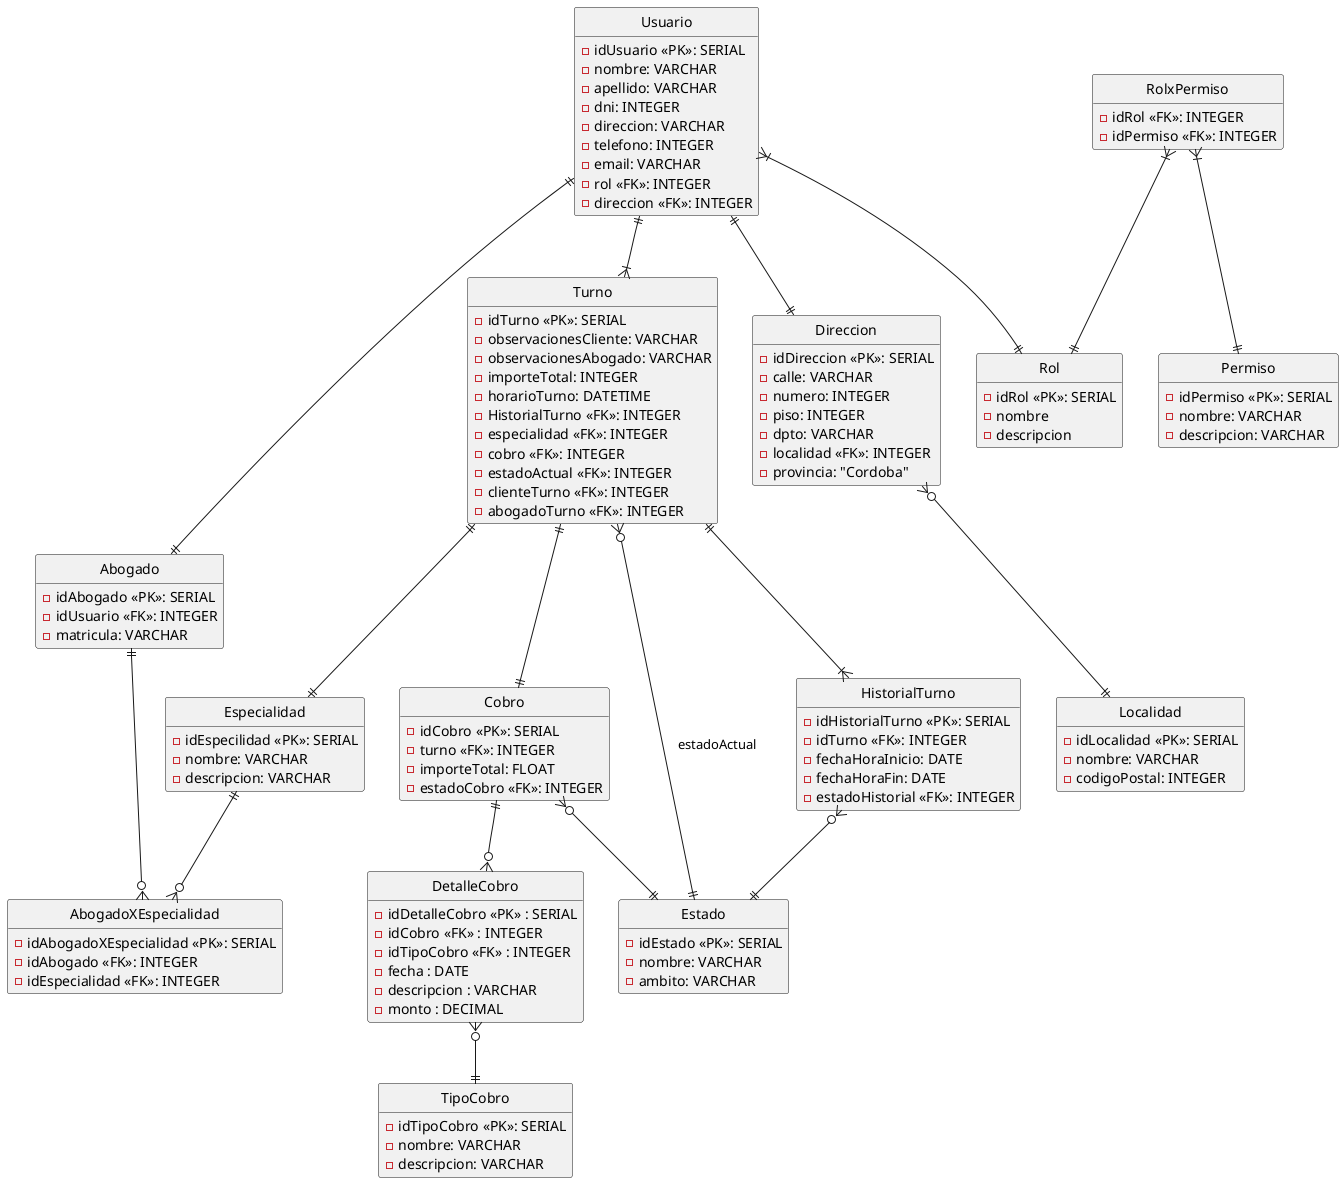
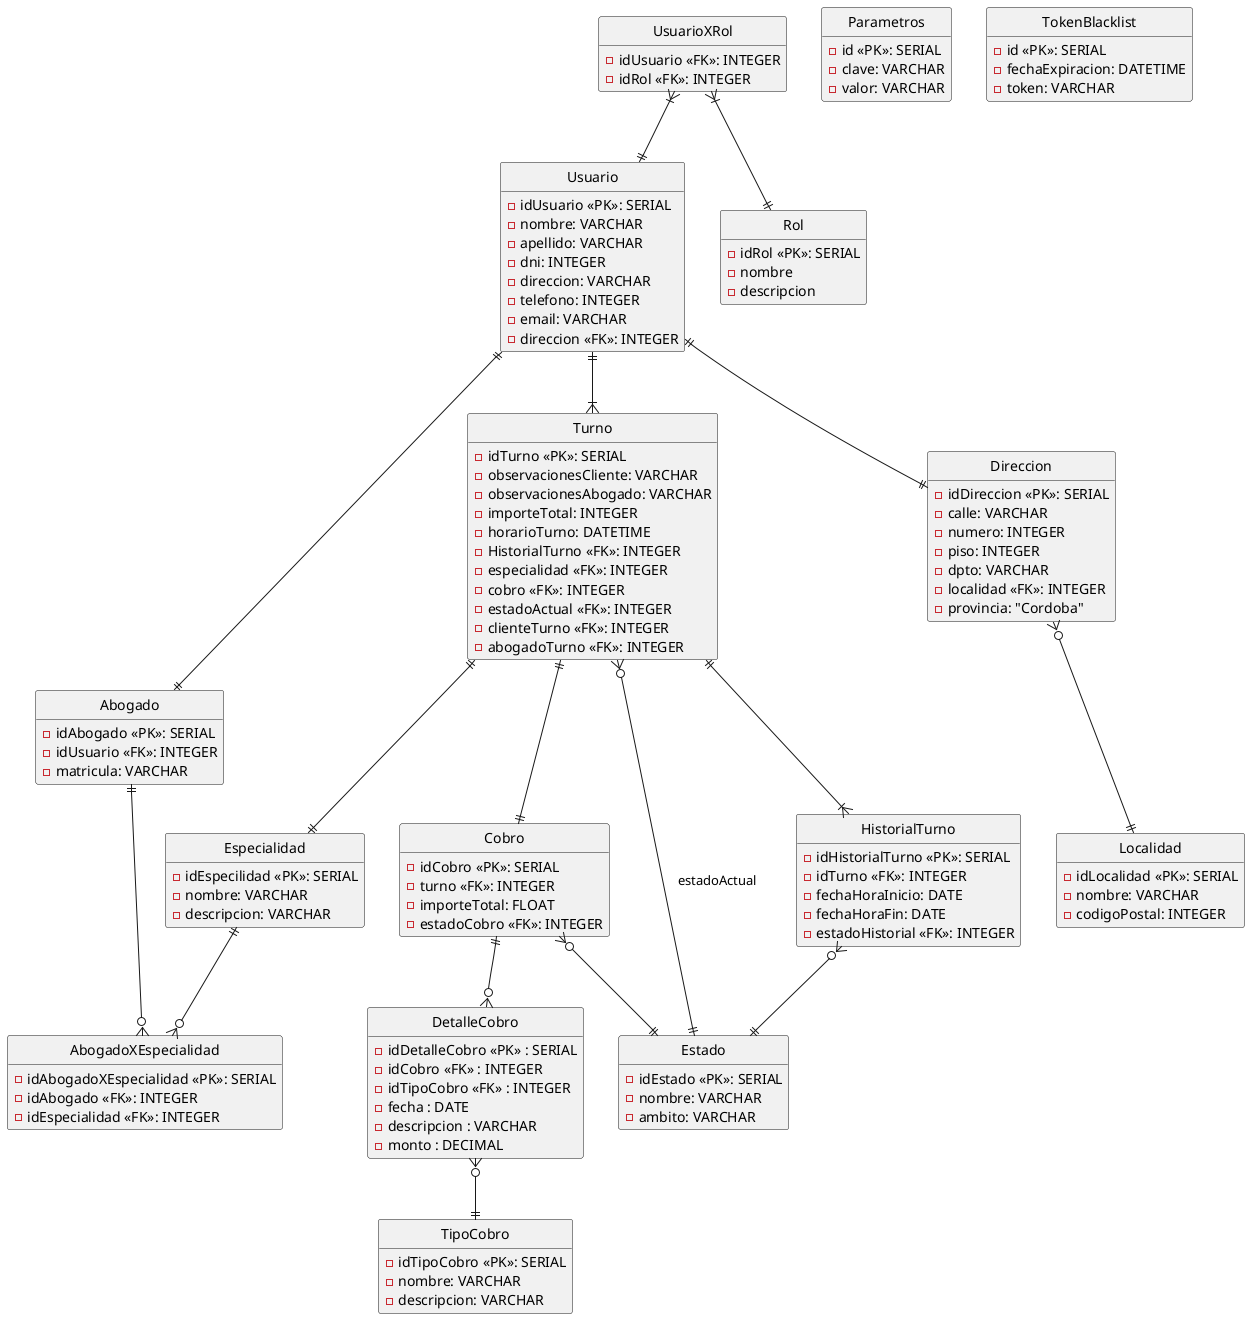
@startuml derMedinaYAsociados
hide circle
hide empty method

entity Turno {
    -idTurno <<PK>>: SERIAL
    -observacionesCliente: VARCHAR
    -observacionesAbogado: VARCHAR
    -importeTotal: INTEGER
    -horarioTurno: DATETIME
    -HistorialTurno <<FK>>: INTEGER
    -especialidad <<FK>>: INTEGER
    -cobro <<FK>>: INTEGER
    -estadoActual <<FK>>: INTEGER
    -clienteTurno <<FK>>: INTEGER
    -abogadoTurno <<FK>>: INTEGER
}

entity Abogado {
    -idAbogado <<PK>>: SERIAL
    -idUsuario <<FK>>: INTEGER
    -matricula: VARCHAR
}


entity Cobro {
    -idCobro <<PK>>: SERIAL
    -turno <<FK>>: INTEGER
    -importeTotal: FLOAT
    -estadoCobro <<FK>>: INTEGER
}

entity Especialidad {
    -idEspecilidad <<PK>>: SERIAL
    -nombre: VARCHAR
    -descripcion: VARCHAR
}

entity TipoCobro {
    -idTipoCobro <<PK>>: SERIAL
    -nombre: VARCHAR
    -descripcion: VARCHAR
}

entity Estado {
    -idEstado <<PK>>: SERIAL
    -nombre: VARCHAR
    -ambito: VARCHAR
}

entity DetalleCobro {
    - idDetalleCobro <<PK>> : SERIAL
    - idCobro <<FK>> : INTEGER
    - idTipoCobro <<FK>> : INTEGER
    - fecha : DATE
    - descripcion : VARCHAR
    - monto : DECIMAL
}

entity Direccion {
    -idDireccion <<PK>>: SERIAL
    -calle: VARCHAR
    -numero: INTEGER
    -piso: INTEGER
    -dpto: VARCHAR
    -localidad <<FK>>: INTEGER
    -provincia: "Cordoba"
}

entity Localidad {
    -idLocalidad <<PK>>: SERIAL
    -nombre: VARCHAR
    -codigoPostal: INTEGER
}

entity HistorialTurno {
    -idHistorialTurno <<PK>>: SERIAL
    -idTurno <<FK>>: INTEGER
    -fechaHoraInicio: DATE
    -fechaHoraFin: DATE
    -estadoHistorial <<FK>>: INTEGER
}

entity AbogadoXEspecialidad{
    -idAbogadoXEspecialidad <<PK>>: SERIAL
    -idAbogado <<FK>>: INTEGER
    -idEspecialidad <<FK>>: INTEGER
}

entity Usuario{
    -idUsuario <<PK>>: SERIAL
    -nombre: VARCHAR
    -apellido: VARCHAR
    -dni: INTEGER
    -direccion: VARCHAR
    -telefono: INTEGER
    -email: VARCHAR
-     -rol <<FK>>: INTEGER
    -direccion <<FK>>: INTEGER
}

entity Rol {
    -idRol <<PK>>: SERIAL
    -nombre
    -descripcion
}

- entity Permiso{
-     -idPermiso <<PK>>: SERIAL
-     -nombre: VARCHAR
-     -descripcion: VARCHAR
+ entity UsuarioXRol{
+     -idUsuario <<FK>>: INTEGER
+     -idRol <<FK>>: INTEGER
}

- entity RolxPermiso{
-     -idRol <<FK>>: INTEGER
-     -idPermiso <<FK>>: INTEGER
+ entity Parametros{
+     -id <<PK>>: SERIAL
+     -clave: VARCHAR
+     -valor: VARCHAR
+ }
+ 
+ entity TokenBlacklist{
+     -id <<PK>>: SERIAL
+     -fechaExpiracion: DATETIME
+     -token: VARCHAR
}

Turno ||--|| Cobro
Turno }o--|| Estado : "estadoActual"
Turno ||--|{ HistorialTurno
Turno ||--|| Especialidad

Cobro ||--o{ DetalleCobro
Cobro }o--|| Estado

DetalleCobro }o--|| TipoCobro

HistorialTurno }o--||Estado


AbogadoXEspecialidad }o-up-|| Especialidad
AbogadoXEspecialidad }o-up-|| Abogado

Direccion }o--|| Localidad

Usuario ||--|| Direccion
Usuario ||--|{ Turno
Usuario ||--|| Abogado

- Usuario }|--|| Rol
- RolxPermiso }|--|| Permiso
- RolxPermiso }|--|| Rol
+ UsuarioXRol }|--|| Rol
+ UsuarioXRol }|--|| Usuario
@enduml